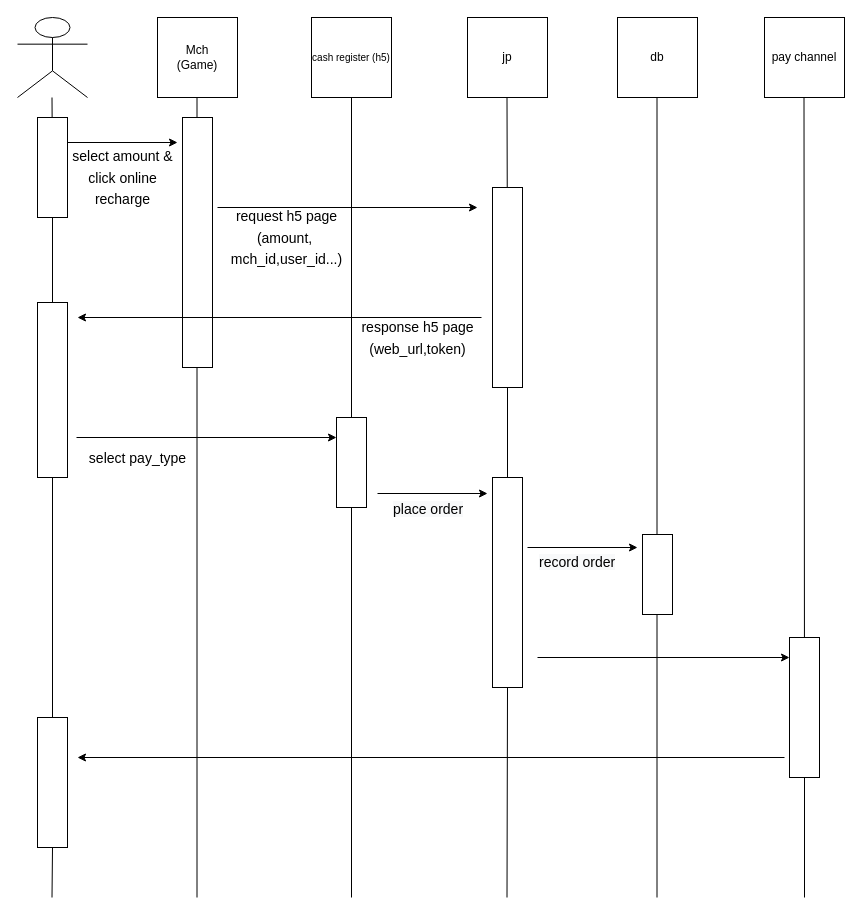
Before: page "jp h5收銀台" (3 of 5) of turtledegist.drawio in ppudding5566/test5566, a draw.io diagram. Source tidied: cells renumbered, new cells numbered last; positions are measured from the earlier drawing's top-left corner, leaving out a move shared by most shapes. Both pictures are drawn from the tidied source at 100%, with x=0, y=0 at pixel (17, 17).
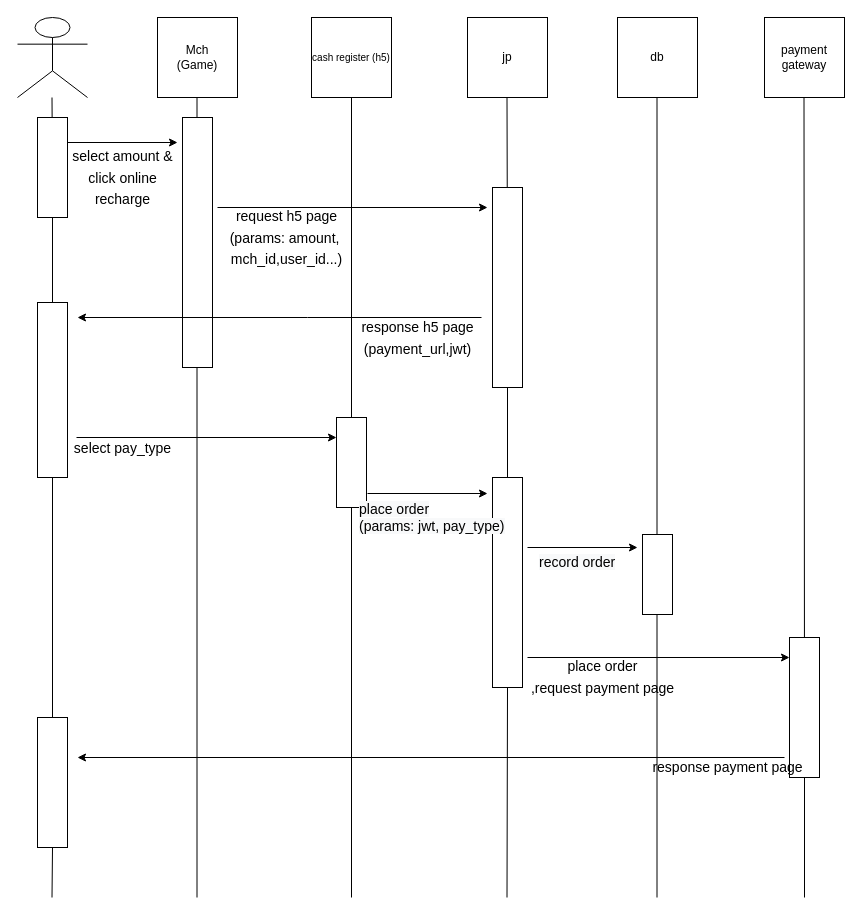
The same page after the edit.

Change to the diagram source:
```diff
@@
     <mxCell id="15" style="edgeStyle=none;rounded=0;orthogonalLoop=1;jettySize=auto;html=1;exitX=1;exitY=0.25;exitDx=0;exitDy=0;" parent="1" edge="1">
       <mxGeometry relative="1" as="geometry">
         <mxPoint x="200" y="190" as="sourcePoint" />
-        <mxPoint x="460" y="190" as="targetPoint" />
+        <mxPoint x="470" y="190" as="targetPoint" />
       </mxGeometry>
     </mxCell>
-    <mxCell id="16" value="pay channel" style="whiteSpace=wrap;html=1;" parent="1" vertex="1">
+    <mxCell id="16" value="payment gateway" style="whiteSpace=wrap;html=1;" parent="1" vertex="1">
       <mxGeometry x="747" width="80" height="80" as="geometry" />
     </mxCell>
@@
-    <mxCell id="18" value="&lt;font style=&quot;font-size: 14px;&quot;&gt;request h5 page&lt;br&gt;(amount,&amp;nbsp;&lt;br&gt;mch_id,user_id...)&lt;br&gt;&lt;/font&gt;" style="text;html=1;align=center;verticalAlign=middle;fillColor=none;strokeColor=none;rounded=0;fontSize=18;" parent="1" vertex="1">
-      <mxGeometry x="204" y="180" width="130" height="80" as="geometry" />
+    <mxCell id="18" value="&lt;font style=&quot;font-size: 14px;&quot;&gt;request h5 page&lt;br&gt;(params: amount,&amp;nbsp;&lt;br&gt;mch_id,user_id...)&lt;br&gt;&lt;/font&gt;" style="text;html=1;align=center;verticalAlign=middle;fillColor=none;strokeColor=none;rounded=0;fontSize=18;" parent="1" vertex="1">
+      <mxGeometry x="199" y="180" width="140" height="80" as="geometry" />
     </mxCell>
@@
     <mxCell id="27" style="edgeStyle=none;rounded=0;orthogonalLoop=1;jettySize=auto;html=1;exitX=1;exitY=0.25;exitDx=0;exitDy=0;" parent="1" edge="1">
       <mxGeometry relative="1" as="geometry">
         <mxPoint x="464" y="300" as="sourcePoint" />
         <mxPoint x="60" y="300" as="targetPoint" />
+        <Array as="points">
+          <mxPoint x="290" y="300" />
+        </Array>
       </mxGeometry>
     </mxCell>
-    <mxCell id="28" value="&lt;font style=&quot;font-size: 14px;&quot;&gt;response h5&amp;nbsp;page&lt;br&gt;(web_url,token)&lt;br&gt;&lt;/font&gt;" style="text;html=1;align=center;verticalAlign=middle;fillColor=none;strokeColor=none;rounded=0;fontSize=18;" parent="1" vertex="1">
+    <mxCell id="28" value="&lt;font style=&quot;font-size: 14px;&quot;&gt;response h5&amp;nbsp;page&lt;br&gt;(payment_url,jwt)&lt;br&gt;&lt;/font&gt;" style="text;html=1;align=center;verticalAlign=middle;fillColor=none;strokeColor=none;rounded=0;fontSize=18;" parent="1" vertex="1">
       <mxGeometry x="330" y="290" width="140" height="60" as="geometry" />
     </mxCell>
@@
     <mxCell id="30" value="&lt;font style=&quot;font-size: 14px;&quot;&gt;select pay_type&lt;br&gt;&lt;/font&gt;" style="text;html=1;align=center;verticalAlign=middle;fillColor=none;strokeColor=none;rounded=0;fontSize=18;" parent="1" vertex="1">
-      <mxGeometry x="60" y="420" width="120" height="40" as="geometry" />
+      <mxGeometry x="45" y="410" width="120" height="40" as="geometry" />
     </mxCell>
-    <mxCell id="31" value="&lt;span style=&quot;color: rgb(0, 0, 0); font-family: Helvetica; font-size: 14px; font-style: normal; font-variant-ligatures: normal; font-variant-caps: normal; font-weight: 400; letter-spacing: normal; orphans: 2; text-align: center; text-indent: 0px; text-transform: none; widows: 2; word-spacing: 0px; -webkit-text-stroke-width: 0px; background-color: rgb(248, 249, 250); text-decoration-thickness: initial; text-decoration-style: initial; text-decoration-color: initial; float: none; display: inline !important;&quot;&gt;place order&lt;/span&gt;" style="text;whiteSpace=wrap;html=1;fontSize=10;" parent="1" vertex="1">
-      <mxGeometry x="374" y="477" width="76" height="40" as="geometry" />
-    </mxCell>
-    <mxCell id="32" style="edgeStyle=none;rounded=0;orthogonalLoop=1;jettySize=auto;html=1;exitX=1;exitY=0.25;exitDx=0;exitDy=0;" parent="1" edge="1">
+    <mxCell id="32" style="edgeStyle=none;rounded=0;orthogonalLoop=1;jettySize=auto;html=1;" parent="1" edge="1">
       <mxGeometry relative="1" as="geometry">
-        <mxPoint x="360" y="476" as="sourcePoint" />
+        <mxPoint x="350" y="476" as="sourcePoint" />
         <mxPoint x="470" y="476" as="targetPoint" />
       </mxGeometry>
     </mxCell>
@@
     <mxCell id="40" style="edgeStyle=none;rounded=0;orthogonalLoop=1;jettySize=auto;html=1;" parent="1" edge="1">
       <mxGeometry relative="1" as="geometry">
-        <mxPoint x="520" y="640" as="sourcePoint" />
+        <mxPoint x="510" y="640" as="sourcePoint" />
         <mxPoint x="772" y="640" as="targetPoint" />
       </mxGeometry>
     </mxCell>
@@
+    <mxCell id="44" value="&lt;font style=&quot;font-size: 14px;&quot;&gt;place order&lt;br&gt;,request payment page&lt;br&gt;&lt;br&gt;&lt;/font&gt;" style="text;html=1;align=center;verticalAlign=middle;fillColor=none;strokeColor=none;rounded=0;fontSize=18;" parent="1" vertex="1">
+      <mxGeometry x="500" y="630" width="170" height="80" as="geometry" />
+    </mxCell>
+    <mxCell id="45" value="&lt;font style=&quot;font-size: 14px;&quot;&gt;response payment page&lt;br&gt;&lt;br&gt;&lt;/font&gt;" style="text;html=1;align=center;verticalAlign=middle;fillColor=none;strokeColor=none;rounded=0;fontSize=18;" parent="1" vertex="1">
+      <mxGeometry x="625" y="730" width="170" height="60" as="geometry" />
+    </mxCell>
+    <mxCell id="31" value="&lt;span style=&quot;color: rgb(0, 0, 0); font-family: Helvetica; font-size: 14px; font-style: normal; font-variant-ligatures: normal; font-variant-caps: normal; font-weight: 400; letter-spacing: normal; orphans: 2; text-align: center; text-indent: 0px; text-transform: none; widows: 2; word-spacing: 0px; -webkit-text-stroke-width: 0px; background-color: rgb(248, 249, 250); text-decoration-thickness: initial; text-decoration-style: initial; text-decoration-color: initial; float: none; display: inline !important;&quot;&gt;place order&lt;br&gt;(params: jwt, pay_type)&lt;br&gt;&lt;/span&gt;" style="text;whiteSpace=wrap;html=1;fontSize=10;" parent="1" vertex="1">
+      <mxGeometry x="340" y="477" width="150" height="40" as="geometry" />
+    </mxCell>
```
